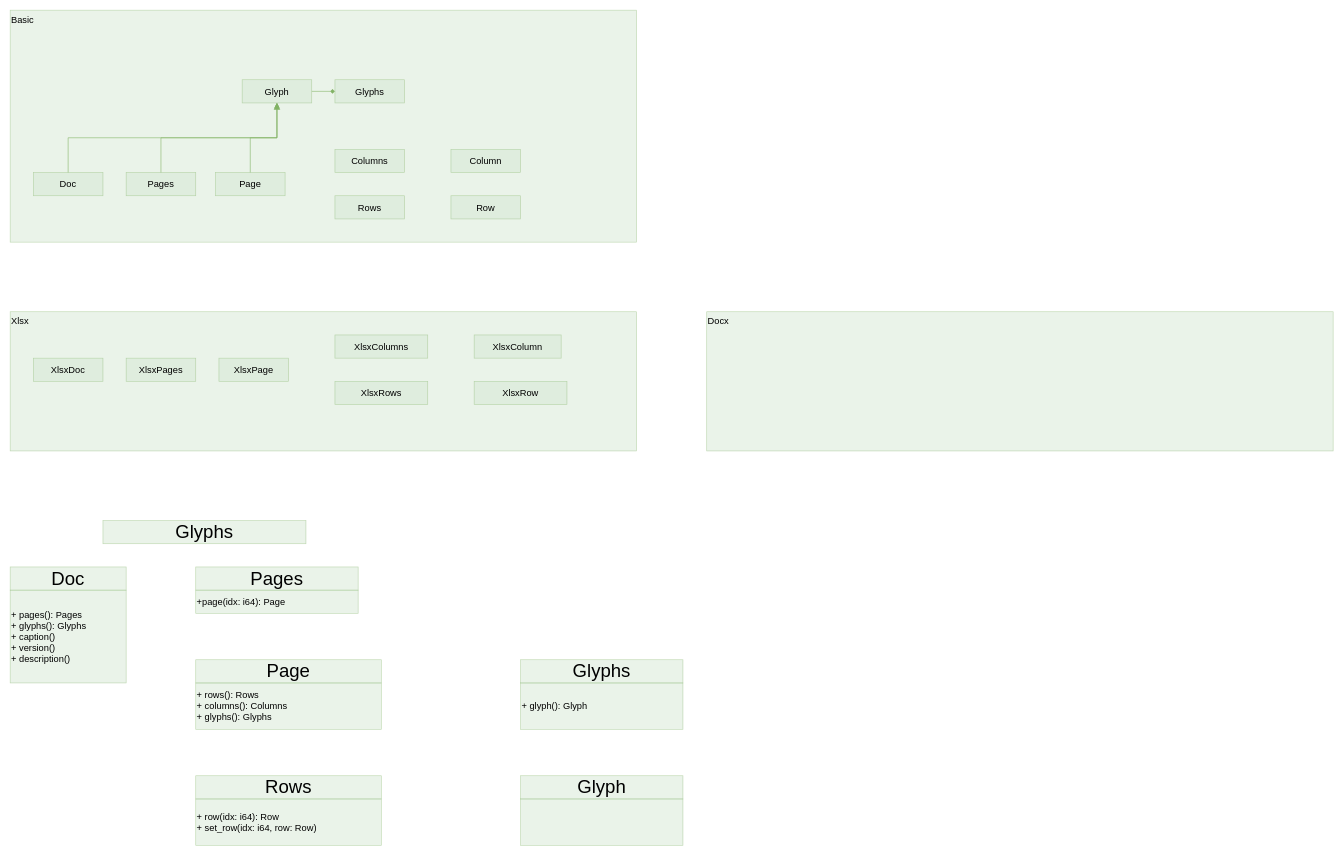
GLV-off/GlvSuperDocs keeps this draw.io diagram as Docs/project.drawio. Above is the earlier version. Source tidied: cells renumbered, new cells numbered last; positions are measured from the earlier drawing's top-left corner, leaving out a move shared by most shapes. Both pictures are drawn from the tidied source at 58%, with x=0, y=0 at pixel (10, 10).
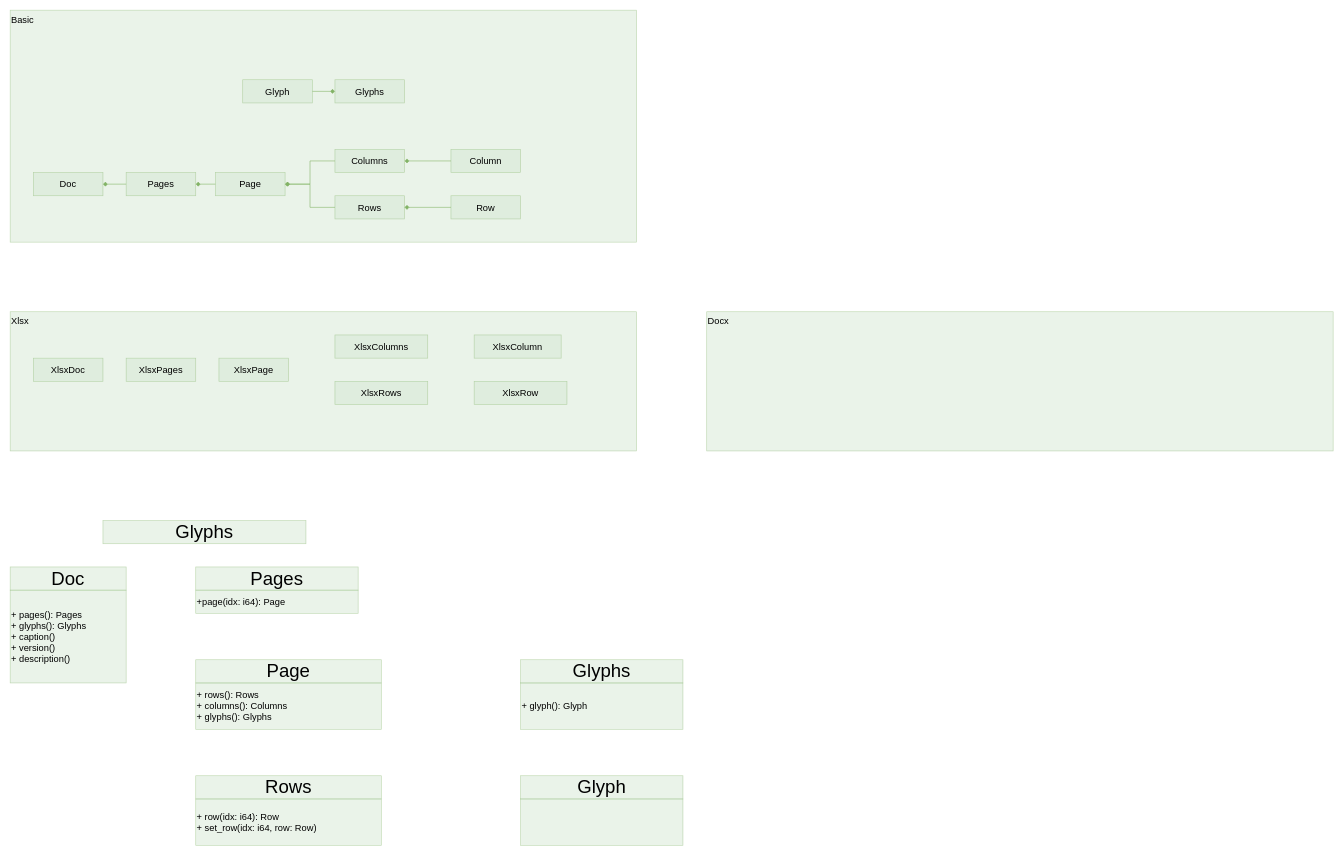
Above is the later version.

The change refers to these unchanged cells:
```xml
<mxCell id="5" value="Doc" style="rounded=0;whiteSpace=wrap;html=1;fontFamily=Feature Mono Medium;fontSize=16;fillColor=#d5e8d4;strokeColor=#82b366;opacity=50;" parent="1" vertex="1">
  <mxGeometry x="40" y="280" width="120" height="40" as="geometry" />
</mxCell>
<mxCell id="6" value="Rows" style="rounded=0;whiteSpace=wrap;html=1;fontFamily=Feature Mono Medium;fontSize=16;fillColor=#d5e8d4;strokeColor=#82b366;opacity=50;" parent="1" vertex="1">
  <mxGeometry x="560" y="320" width="120" height="40" as="geometry" />
</mxCell>
<mxCell id="7" value="Row" style="rounded=0;whiteSpace=wrap;html=1;fontFamily=Feature Mono Medium;fontSize=16;fillColor=#d5e8d4;strokeColor=#82b366;opacity=50;" parent="1" vertex="1">
  <mxGeometry x="760" y="320" width="120" height="40" as="geometry" />
</mxCell>
<mxCell id="8" value="Columns" style="rounded=0;whiteSpace=wrap;html=1;fontFamily=Feature Mono Medium;fontSize=16;fillColor=#d5e8d4;strokeColor=#82b366;opacity=50;" parent="1" vertex="1">
  <mxGeometry x="560" y="240" width="120" height="40" as="geometry" />
</mxCell>
<mxCell id="9" value="Column" style="rounded=0;whiteSpace=wrap;html=1;fontFamily=Feature Mono Medium;fontSize=16;fillColor=#d5e8d4;strokeColor=#82b366;opacity=50;" parent="1" vertex="1">
  <mxGeometry x="760" y="240" width="120" height="40" as="geometry" />
</mxCell>
<mxCell id="11" value="Pages" style="rounded=0;whiteSpace=wrap;html=1;fontFamily=Feature Mono Medium;fontSize=16;fillColor=#d5e8d4;strokeColor=#82b366;opacity=50;" parent="1" vertex="1">
  <mxGeometry x="200" y="280" width="120" height="40" as="geometry" />
</mxCell>
<mxCell id="13" value="Page" style="rounded=0;whiteSpace=wrap;html=1;fontFamily=Feature Mono Medium;fontSize=16;fillColor=#d5e8d4;strokeColor=#82b366;opacity=50;" parent="1" vertex="1">
  <mxGeometry x="354" y="280" width="120" height="40" as="geometry" />
</mxCell>
```

Diff of the diagram source:
```diff
@@
-    <mxCell id="4" style="edgeStyle=orthogonalEdgeStyle;rounded=0;jettySize=auto;html=1;exitX=0.5;exitY=0;exitDx=0;exitDy=0;entryX=0.5;entryY=1;entryDx=0;entryDy=0;endArrow=block;endFill=1;endSize=9;fillColor=#d5e8d4;strokeColor=#82b366;" parent="1" edge="1" source="5" target="37">
-      <mxGeometry relative="1" as="geometry" />
-    </mxCell>
@@
+    <mxCell id="38" style="edgeStyle=orthogonalEdgeStyle;rounded=0;jettySize=auto;html=1;exitX=0;exitY=0.5;exitDx=0;exitDy=0;fillColor=#d5e8d4;strokeColor=#82b366;endArrow=diamond;endFill=1;" parent="1" edge="1" source="6" target="13">
+      <mxGeometry relative="1" as="geometry" />
+    </mxCell>
@@
+    <mxCell id="39" style="edgeStyle=orthogonalEdgeStyle;rounded=0;jettySize=auto;html=1;exitX=0;exitY=0.5;exitDx=0;exitDy=0;entryX=1;entryY=0.5;entryDx=0;entryDy=0;fillColor=#d5e8d4;strokeColor=#82b366;endArrow=diamond;endFill=1;" parent="1" edge="1" source="7" target="6">
+      <mxGeometry relative="1" as="geometry" />
+    </mxCell>
@@
+    <mxCell id="40" style="edgeStyle=orthogonalEdgeStyle;rounded=0;jettySize=auto;html=1;exitX=0;exitY=0.5;exitDx=0;exitDy=0;entryX=1;entryY=0.5;entryDx=0;entryDy=0;endArrow=diamond;endFill=1;fillColor=#d5e8d4;strokeColor=#82b366;" parent="1" edge="1" source="8" target="13">
+      <mxGeometry relative="1" as="geometry" />
+    </mxCell>
@@
+    <mxCell id="41" style="edgeStyle=orthogonalEdgeStyle;rounded=0;jettySize=auto;html=1;exitX=0;exitY=0.5;exitDx=0;exitDy=0;entryX=1;entryY=0.5;entryDx=0;entryDy=0;fillColor=#d5e8d4;strokeColor=#82b366;endArrow=diamond;endFill=1;" parent="1" edge="1" source="9" target="8">
+      <mxGeometry relative="1" as="geometry" />
+    </mxCell>
@@
-    <mxCell id="10" style="edgeStyle=orthogonalEdgeStyle;rounded=0;jettySize=auto;html=1;exitX=0.5;exitY=0;exitDx=0;exitDy=0;entryX=0.5;entryY=1;entryDx=0;entryDy=0;fillColor=#d5e8d4;strokeColor=#82b366;" parent="1" edge="1" source="11" target="37">
-      <mxGeometry relative="1" as="geometry" />
-    </mxCell>
+    <mxCell id="42" style="edgeStyle=orthogonalEdgeStyle;rounded=0;jettySize=auto;html=1;exitX=0;exitY=0.5;exitDx=0;exitDy=0;entryX=1;entryY=0.5;entryDx=0;entryDy=0;endArrow=diamond;endFill=1;fillColor=#d5e8d4;strokeColor=#82b366;" parent="1" edge="1" source="11" target="5">
+      <mxGeometry relative="1" as="geometry" />
+    </mxCell>
@@
-    <mxCell id="12" style="edgeStyle=orthogonalEdgeStyle;rounded=0;jettySize=auto;html=1;exitX=0.5;exitY=0;exitDx=0;exitDy=0;entryX=0.5;entryY=1;entryDx=0;entryDy=0;fillColor=#d5e8d4;strokeColor=#82b366;" parent="1" edge="1" source="13" target="37">
-      <mxGeometry relative="1" as="geometry" />
-    </mxCell>
+    <mxCell id="43" style="edgeStyle=orthogonalEdgeStyle;rounded=0;jettySize=auto;html=1;exitX=0;exitY=0.5;exitDx=0;exitDy=0;entryX=1;entryY=0.5;entryDx=0;entryDy=0;fillColor=#d5e8d4;strokeColor=#82b366;endArrow=diamond;endFill=1;" parent="1" edge="1" source="13" target="11">
+      <mxGeometry relative="1" as="geometry" />
+    </mxCell>
@@
     <mxCell id="37" value="Glyph" style="rounded=0;whiteSpace=wrap;html=1;fontFamily=Feature Mono Medium;fontSize=16;fillColor=#d5e8d4;strokeColor=#82b366;opacity=50;" parent="1" vertex="1">
-      <mxGeometry x="400" y="120" width="120" height="40" as="geometry" />
+      <mxGeometry x="401" y="120" width="120" height="40" as="geometry" />
     </mxCell>
```
